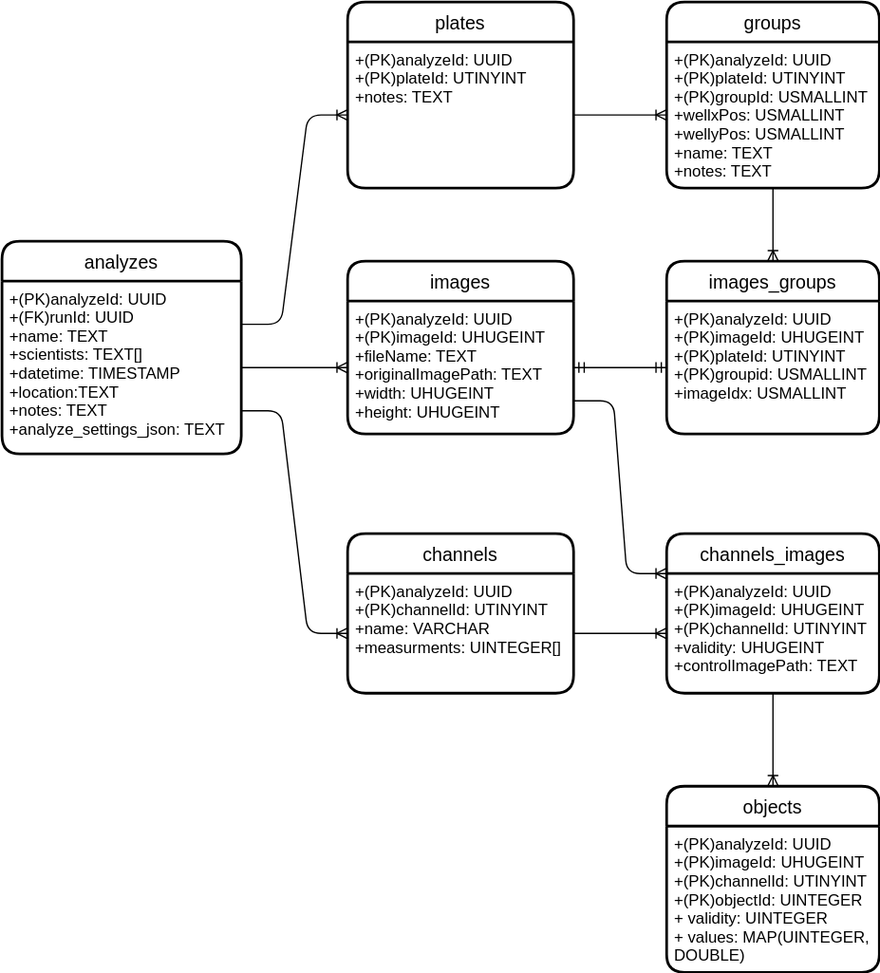
Before: doc/database_schema.drawio.svg, a diagram exported from draw.io (joda01/imagec). Source tidied: cells renumbered, new cells last; positions are measured from the earlier drawing's top-left corner, leaving out a move shared by most shapes.
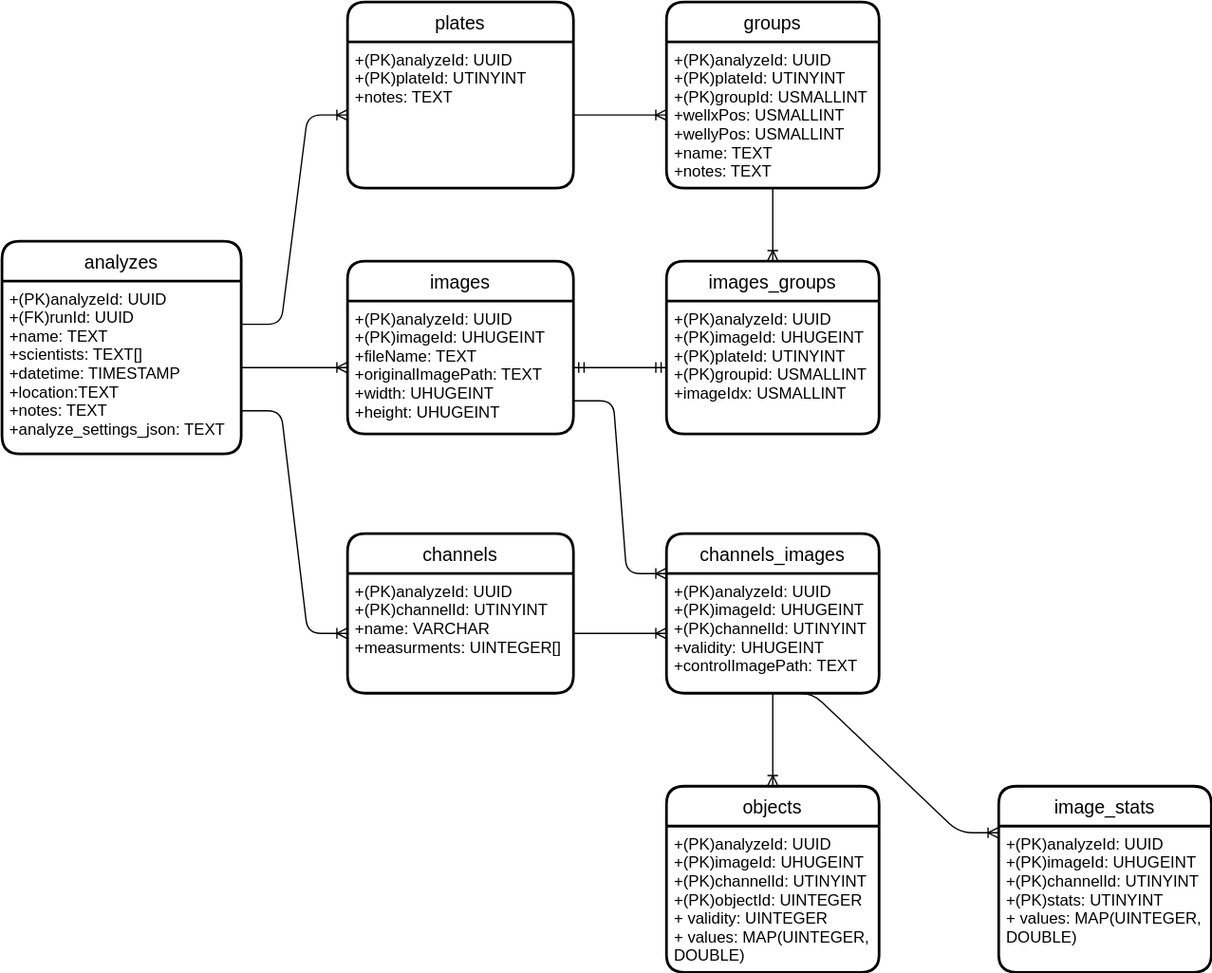
Later version of the same file.

What changed in the source:
```diff
@@ -77,5 +77,14 @@
     <mxCell id="26" style="fontSize=12;html=1;endArrow=ERoneToMany;exitX=0.5;exitY=1;exitDx=0;exitDy=0;entryX=0.5;entryY=0;entryDx=0;entryDy=0;" parent="1" edge="1" source="20" target="6">
       <mxGeometry relative="1" as="geometry" />
     </mxCell>
+    <mxCell id="27" value="image_stats" style="swimlane;horizontal=1;startSize=30;rounded=1;fontSize=14;fontStyle=0;strokeWidth=2;shadow=0;dashed=0;align=center;" parent="1" vertex="1">
+      <mxGeometry x="750" y="590" width="160" height="140" as="geometry" />
+    </mxCell>
+    <mxCell id="28" value="+(PK)analyzeId: UUID&#10;+(PK)imageId: UHUGEINT&#10;+(PK)channelId: UTINYINT&#10;+(PK)stats: UTINYINT&#10;+ values: MAP(UINTEGER, &#10;                         DOUBLE)" style="align=left;strokeColor=none;fillColor=none;spacingLeft=4;fontSize=12;verticalAlign=top;" parent="27" vertex="1">
+      <mxGeometry y="30" width="160" height="110" as="geometry" />
+    </mxCell>
+    <mxCell id="29" style="fontSize=12;html=1;endArrow=ERoneToMany;exitX=0.5;exitY=1;exitDx=0;exitDy=0;entryX=0;entryY=0.25;entryDx=0;entryDy=0;edgeStyle=entityRelationEdgeStyle;elbow=vertical;" parent="1" edge="1" source="20" target="27">
+      <mxGeometry relative="1" as="geometry" />
+    </mxCell>
   </root>
 </mxGraphModel>
```
